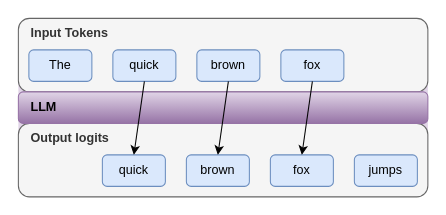
Above: book/images/transformer/smallest-llm-logits.drawio in yshavit/llm-notes (draw.io), before the change. Source tidied: cells renumbered, new cells numbered last; positions are measured from the earlier drawing's top-left corner, leaving out a move shared by most shapes. Both pictures are drawn from the tidied source at 105%, with x=0, y=0 at pixel (18, 18).
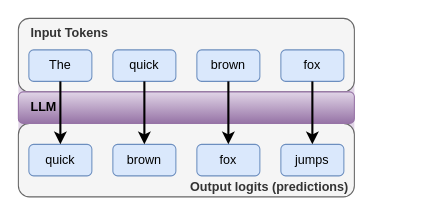
The same diagram, later.

The edit, as a diff of the source:
```diff
@@
 <mxGraphModel>
   <root>
     <mxCell id="0" />
     <mxCell id="1" parent="0" />
     <mxCell id="2" style="rounded=0;whiteSpace=wrap;html=1;fillColor=light-dark(#E1D5E7,#534558);strokeColor=none;" parent="1" vertex="1">
-      <mxGeometry y="30" width="390" height="130" as="geometry" />
+      <mxGeometry y="30" width="320" height="130" as="geometry" />
     </mxCell>
     <mxCell id="3" value="&lt;b&gt;&amp;nbsp; &amp;nbsp;Input Tokens&lt;/b&gt;" style="rounded=1;whiteSpace=wrap;html=1;fillColor=#f5f5f5;fontColor=#333333;strokeColor=#666666;verticalAlign=top;align=left;" parent="1" vertex="1">
-      <mxGeometry width="390" height="70" as="geometry" />
+      <mxGeometry width="320" height="70" as="geometry" />
     </mxCell>
     <mxCell id="4" value="quick" style="rounded=1;whiteSpace=wrap;html=1;fillColor=#dae8fc;strokeColor=#6c8ebf;" parent="1" vertex="1">
       <mxGeometry x="90" y="30" width="60" height="30" as="geometry" />
     </mxCell>
     <mxCell id="5" value="The" style="rounded=1;whiteSpace=wrap;html=1;fillColor=#dae8fc;strokeColor=#6c8ebf;" parent="1" vertex="1">
       <mxGeometry x="10" y="30" width="60" height="30" as="geometry" />
     </mxCell>
     <mxCell id="6" value="brown" style="rounded=1;whiteSpace=wrap;html=1;fillColor=#dae8fc;strokeColor=#6c8ebf;" parent="1" vertex="1">
       <mxGeometry x="170" y="30" width="60" height="30" as="geometry" />
     </mxCell>
-    <mxCell id="7" value="&lt;b&gt;&amp;nbsp; &amp;nbsp;Output logits&lt;/b&gt;" style="rounded=1;whiteSpace=wrap;html=1;fillColor=#f5f5f5;fontColor=#333333;strokeColor=#666666;verticalAlign=top;align=left;" parent="1" vertex="1">
-      <mxGeometry y="100" width="390" height="70" as="geometry" />
+    <mxCell id="7" value="&lt;b&gt;&amp;nbsp; &amp;nbsp;Output logits (predictions)&amp;nbsp;&lt;/b&gt;" style="rounded=1;whiteSpace=wrap;html=1;fillColor=#f5f5f5;fontColor=#333333;strokeColor=#666666;verticalAlign=bottom;align=right;" parent="1" vertex="1">
+      <mxGeometry y="100" width="320" height="70" as="geometry" />
     </mxCell>
     <mxCell id="8" value="brown" style="rounded=1;whiteSpace=wrap;html=1;fillColor=#dae8fc;strokeColor=#6c8ebf;" parent="1" vertex="1">
-      <mxGeometry x="160" y="130" width="60" height="30" as="geometry" />
+      <mxGeometry x="90" y="120" width="60" height="30" as="geometry" />
     </mxCell>
     <mxCell id="9" value="quick" style="rounded=1;whiteSpace=wrap;html=1;fillColor=#dae8fc;strokeColor=#6c8ebf;" parent="1" vertex="1">
-      <mxGeometry x="80" y="130" width="60" height="30" as="geometry" />
+      <mxGeometry x="10" y="120" width="60" height="30" as="geometry" />
     </mxCell>
     <mxCell id="10" value="fox" style="rounded=1;whiteSpace=wrap;html=1;fillColor=#dae8fc;strokeColor=#6c8ebf;" parent="1" vertex="1">
-      <mxGeometry x="240" y="130" width="60" height="30" as="geometry" />
+      <mxGeometry x="170" y="120" width="60" height="30" as="geometry" />
     </mxCell>
     <mxCell id="11" value="&amp;nbsp; &amp;nbsp;LLM" style="rounded=1;whiteSpace=wrap;html=1;fillColor=#e1d5e7;strokeColor=#9673a6;fontStyle=1;gradientColor=#9673A6;align=left;" parent="1" vertex="1">
-      <mxGeometry y="70" width="390" height="30" as="geometry" />
+      <mxGeometry y="70" width="320" height="30" as="geometry" />
     </mxCell>
-    <mxCell id="12" style="endArrow=classic;html=1;rounded=0;exitX=0.5;exitY=1;exitDx=0;exitDy=0;entryX=0.5;entryY=0;entryDx=0;entryDy=0;" parent="1" edge="1" source="4" target="9">
+    <mxCell id="12" style="endArrow=classic;html=1;rounded=0;exitX=0.5;exitY=1;exitDx=0;exitDy=0;entryX=0.5;entryY=0;entryDx=0;entryDy=0;strokeWidth=2;" parent="1" edge="1" source="5" target="9">
       <mxGeometry relative="1" as="geometry" />
     </mxCell>
-    <mxCell id="13" style="endArrow=classic;html=1;rounded=0;exitX=0.5;exitY=1;exitDx=0;exitDy=0;entryX=0.5;entryY=0;entryDx=0;entryDy=0;" parent="1" edge="1" source="6" target="8">
+    <mxCell id="13" style="endArrow=classic;html=1;rounded=0;exitX=0.5;exitY=1;exitDx=0;exitDy=0;entryX=0.5;entryY=0;entryDx=0;entryDy=0;strokeWidth=2;" parent="1" edge="1" source="4" target="8">
       <mxGeometry relative="1" as="geometry" />
     </mxCell>
     <mxCell id="14" value="fox" style="rounded=1;whiteSpace=wrap;html=1;fillColor=#dae8fc;strokeColor=#6c8ebf;" parent="1" vertex="1">
       <mxGeometry x="250" y="30" width="60" height="30" as="geometry" />
     </mxCell>
     <mxCell id="15" value="jumps" style="rounded=1;whiteSpace=wrap;html=1;fillColor=#dae8fc;strokeColor=#6c8ebf;" parent="1" vertex="1">
-      <mxGeometry x="320" y="130" width="60" height="30" as="geometry" />
+      <mxGeometry x="250" y="120" width="60" height="30" as="geometry" />
     </mxCell>
-    <mxCell id="16" style="endArrow=classic;html=1;rounded=0;exitX=0.5;exitY=1;exitDx=0;exitDy=0;entryX=0.5;entryY=0;entryDx=0;entryDy=0;" parent="1" edge="1" source="14" target="10">
+    <mxCell id="16" style="endArrow=classic;html=1;rounded=0;exitX=0.5;exitY=1;exitDx=0;exitDy=0;entryX=0.5;entryY=0;entryDx=0;entryDy=0;strokeWidth=2;" parent="1" edge="1" source="6" target="10">
       <mxGeometry relative="1" as="geometry" />
     </mxCell>
+    <mxCell id="17" style="endArrow=classic;html=1;rounded=0;exitX=0.5;exitY=1;exitDx=0;exitDy=0;entryX=0.5;entryY=0;entryDx=0;entryDy=0;strokeWidth=2;" parent="1" edge="1" source="14" target="15">
+      <mxGeometry relative="1" as="geometry" />
+    </mxCell>
   </root>
 </mxGraphModel>
```
